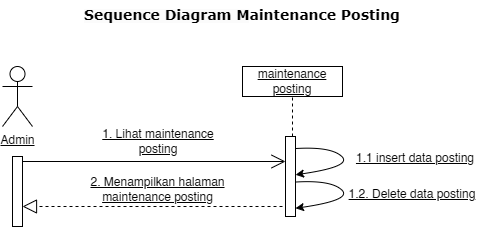
This is assets/diagram/Sequence Diagram Maintenance Posting.png from aghisnaaulia/seleratanahair, a draw.io export, as it was before one commit. Source tidied: cells renumbered, new cells last; positions are measured from the earlier drawing's top-left corner, leaving out a move shared by most shapes.
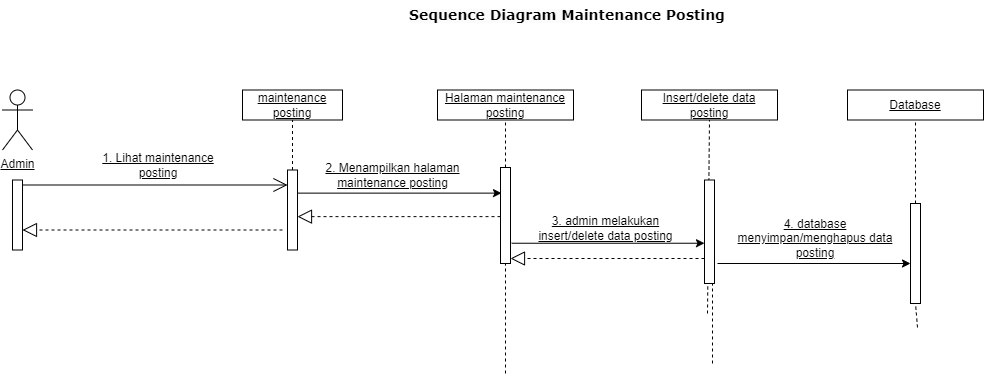
The same file after the commit.

Diff of the diagram source:
```diff
@@ -6,59 +6,111 @@
       <mxGeometry relative="1" as="geometry" />
     </mxCell>
     <mxCell id="3" style="html=1;points=[[0,0,0,0,5],[0,1,0,0,-5],[1,0,0,0,5],[1,1,0,0,-5]];perimeter=orthogonalPerimeter;outlineConnect=0;targetShapes=umlLifeline;portConstraint=eastwest;newEdgeStyle={&quot;curved&quot;:0,&quot;rounded&quot;:0};fontStyle=4;shadow=0;" parent="1" vertex="1">
-      <mxGeometry x="10" y="156" width="10" height="70" as="geometry" />
+      <mxGeometry x="-450" y="482.5" width="10" height="70" as="geometry" />
     </mxCell>
     <mxCell id="4" style="endArrow=block;dashed=1;endFill=0;endSize=12;html=1;rounded=0;fontStyle=4;shadow=0;" parent="1" edge="1" target="3">
       <mxGeometry relative="1" as="geometry">
-        <mxPoint x="280" y="206" as="sourcePoint" />
+        <mxPoint x="-180" y="532.5" as="sourcePoint" />
       </mxGeometry>
     </mxCell>
     <mxCell id="5" value="maintenance posting" style="rounded=0;whiteSpace=wrap;html=1;fontStyle=4;shadow=0;" parent="1" vertex="1">
-      <mxGeometry x="240" y="66" width="100" height="30" as="geometry" />
+      <mxGeometry x="-220" y="392.5" width="100" height="30" as="geometry" />
     </mxCell>
     <mxCell id="6" style="endArrow=none;dashed=1;html=1;rounded=0;entryX=0.5;entryY=1;entryDx=0;entryDy=0;fontStyle=4;shadow=0;" parent="1" edge="1" source="7" target="5">
       <mxGeometry relative="1" as="geometry" />
     </mxCell>
     <mxCell id="7" style="html=1;points=[[0,0,0,0,5],[0,1,0,0,-5],[1,0,0,0,5],[1,1,0,0,-5]];perimeter=orthogonalPerimeter;outlineConnect=0;targetShapes=umlLifeline;portConstraint=eastwest;newEdgeStyle={&quot;curved&quot;:0,&quot;rounded&quot;:0};fontStyle=4;shadow=0;" parent="1" vertex="1">
-      <mxGeometry x="283" y="136" width="10" height="80" as="geometry" />
+      <mxGeometry x="-175" y="472.5" width="10" height="80" as="geometry" />
     </mxCell>
-    <mxCell id="8" value="2. Menampilkan halaman maintenance posting" style="text;html=1;align=center;verticalAlign=middle;whiteSpace=wrap;rounded=0;fontStyle=4;shadow=0;" parent="1" vertex="1">
-      <mxGeometry x="81" y="174" width="149" height="30" as="geometry" />
+    <mxCell id="8" value="3. admin melakukan insert/delete data posting" style="text;html=1;align=center;verticalAlign=middle;whiteSpace=wrap;rounded=0;fontStyle=4;shadow=0;" parent="1" vertex="1">
+      <mxGeometry x="68.5" y="516" width="149" height="30" as="geometry" />
     </mxCell>
     <mxCell id="9" value="1. Lihat maintenance posting" style="text;html=1;align=center;verticalAlign=middle;whiteSpace=wrap;rounded=0;fontStyle=4;shadow=0;" parent="1" vertex="1">
-      <mxGeometry x="90.5" y="126" width="130" height="30" as="geometry" />
+      <mxGeometry x="-369.5" y="452.5" width="130" height="30" as="geometry" />
     </mxCell>
-    <mxCell id="10" style="curved=1;endArrow=classic;html=1;rounded=0;exitX=1;exitY=0;exitDx=0;exitDy=5;exitPerimeter=0;entryX=0.92;entryY=0.391;entryDx=0;entryDy=0;entryPerimeter=0;shadow=0;" parent="1" edge="1">
-      <mxGeometry relative="1" as="geometry">
-        <mxPoint x="293.8" y="148" as="sourcePoint" />
-        <mxPoint x="293" y="174.3" as="targetPoint" />
-        <Array as="points">
-          <mxPoint x="328.8" y="146" />
-          <mxPoint x="349.8" y="166" />
-        </Array>
-      </mxGeometry>
+    <mxCell id="10" value="&lt;span style=&quot;color: rgb(0, 0, 0); font-style: normal; font-variant-ligatures: normal; font-variant-caps: normal; letter-spacing: normal; orphans: 2; text-indent: 0px; text-transform: none; widows: 2; word-spacing: 0px; -webkit-text-stroke-width: 0px; white-space: normal; background-color: rgb(251, 251, 251); text-decoration-thickness: initial; text-decoration-style: initial; text-decoration-color: initial; float: none; display: inline !important;&quot;&gt;&lt;font face=&quot;Verdana&quot; style=&quot;font-size: 14px;&quot;&gt;&lt;b style=&quot;&quot;&gt;Sequence Diagram M&lt;/b&gt;&lt;/font&gt;&lt;/span&gt;&lt;font face=&quot;Verdana&quot;&gt;&lt;span style=&quot;font-size: 14px;&quot;&gt;&lt;b&gt;aintenance Posting&lt;/b&gt;&lt;/span&gt;&lt;/font&gt;" style="text;whiteSpace=wrap;html=1;align=center;" parent="1" vertex="1">
+      <mxGeometry x="-105" y="302.5" width="420" height="40" as="geometry" />
     </mxCell>
-    <mxCell id="11" style="curved=1;endArrow=classic;html=1;rounded=0;exitX=1;exitY=0;exitDx=0;exitDy=5;exitPerimeter=0;entryX=0.92;entryY=0.391;entryDx=0;entryDy=0;entryPerimeter=0;shadow=0;" parent="1" edge="1">
-      <mxGeometry relative="1" as="geometry">
-        <mxPoint x="293.8" y="181.5" as="sourcePoint" />
-        <mxPoint x="293" y="207.8" as="targetPoint" />
-        <Array as="points">
-          <mxPoint x="328.8" y="179.5" />
-          <mxPoint x="349.8" y="199.5" />
-        </Array>
-      </mxGeometry>
+    <mxCell id="11" value="Admin" style="shape=umlActor;verticalLabelPosition=bottom;verticalAlign=top;html=1;fontStyle=4;shadow=0;" parent="1" vertex="1">
+      <mxGeometry x="-460" y="392.5" width="30" height="60" as="geometry" />
     </mxCell>
-    <mxCell id="12" value="1.1 insert data posting" style="text;html=1;align=center;verticalAlign=middle;whiteSpace=wrap;rounded=0;fontStyle=4;shadow=0;" parent="1" vertex="1">
-      <mxGeometry x="348" y="142.8" width="130" height="30" as="geometry" />
+    <mxCell id="12" value="Halaman maintenance posting" style="rounded=0;whiteSpace=wrap;html=1;fontStyle=4;shadow=0;" parent="1" vertex="1">
+      <mxGeometry x="-25" y="392.5" width="136" height="30" as="geometry" />
     </mxCell>
-    <mxCell id="13" value="&lt;span style=&quot;color: rgb(0, 0, 0); font-style: normal; font-variant-ligatures: normal; font-variant-caps: normal; letter-spacing: normal; orphans: 2; text-indent: 0px; text-transform: none; widows: 2; word-spacing: 0px; -webkit-text-stroke-width: 0px; white-space: normal; background-color: rgb(251, 251, 251); text-decoration-thickness: initial; text-decoration-style: initial; text-decoration-color: initial; float: none; display: inline !important;&quot;&gt;&lt;font face=&quot;Verdana&quot; style=&quot;font-size: 14px;&quot;&gt;&lt;b style=&quot;&quot;&gt;Sequence Diagram M&lt;/b&gt;&lt;/font&gt;&lt;/span&gt;&lt;font face=&quot;Verdana&quot;&gt;&lt;span style=&quot;font-size: 14px;&quot;&gt;&lt;b&gt;aintenance Posting&lt;/b&gt;&lt;/span&gt;&lt;/font&gt;" style="text;whiteSpace=wrap;html=1;align=center;" parent="1" vertex="1">
-      <mxGeometry x="30" y="-0.5" width="420" height="40" as="geometry" />
+    <mxCell id="13" style="endArrow=classic;html=1;rounded=0;entryX=0.101;entryY=0.565;entryDx=0;entryDy=0;entryPerimeter=0;" parent="1" edge="1">
+      <mxGeometry relative="1" as="geometry">
+        <mxPoint x="-165" y="495.6" as="sourcePoint" />
+        <mxPoint x="39" y="495.6" as="targetPoint" />
+      </mxGeometry>
     </mxCell>
-    <mxCell id="14" value="Admin" style="shape=umlActor;verticalLabelPosition=bottom;verticalAlign=top;html=1;fontStyle=4;shadow=0;" parent="1" vertex="1">
-      <mxGeometry y="66" width="30" height="60" as="geometry" />
+    <mxCell id="14" style="endArrow=none;dashed=1;html=1;rounded=0;entryX=0.5;entryY=1;entryDx=0;entryDy=0;" parent="1" edge="1" source="23" target="12">
+      <mxGeometry relative="1" as="geometry" />
     </mxCell>
-    <mxCell id="15" value="1.2. Delete data posting" style="text;html=1;align=center;verticalAlign=middle;whiteSpace=wrap;rounded=0;fontStyle=4;shadow=0;" parent="1" vertex="1">
-      <mxGeometry x="345" y="179.2" width="130" height="30" as="geometry" />
+    <mxCell id="15" style="endArrow=block;dashed=1;endFill=0;endSize=12;html=1;rounded=0;fontStyle=4;shadow=0;" parent="1" edge="1" target="7">
+      <mxGeometry relative="1" as="geometry">
+        <mxPoint x="38" y="519.1" as="sourcePoint" />
+      </mxGeometry>
     </mxCell>
+    <mxCell id="16" value="Insert/delete data posting" style="rounded=0;whiteSpace=wrap;html=1;fontStyle=4;shadow=0;" parent="1" vertex="1">
+      <mxGeometry x="179" y="392.5" width="136" height="30" as="geometry" />
+    </mxCell>
+    <mxCell id="17" style="endArrow=none;dashed=1;html=1;rounded=0;entryX=0.5;entryY=1;entryDx=0;entryDy=0;" parent="1" edge="1" target="16">
+      <mxGeometry relative="1" as="geometry">
+        <mxPoint x="245" y="616" as="sourcePoint" />
+      </mxGeometry>
+    </mxCell>
+    <mxCell id="18" style="endArrow=classic;html=1;rounded=0;exitX=1.122;exitY=0.789;exitDx=0;exitDy=0;exitPerimeter=0;" parent="1" edge="1" source="23" target="21">
+      <mxGeometry relative="1" as="geometry" />
+    </mxCell>
+    <mxCell id="19" style="endArrow=none;dashed=1;html=1;rounded=0;entryX=0.5;entryY=1;entryDx=0;entryDy=0;" parent="1" edge="1" target="21">
+      <mxGeometry relative="1" as="geometry">
+        <mxPoint x="247" y="556" as="sourcePoint" />
+      </mxGeometry>
+    </mxCell>
+    <mxCell id="20" style="endArrow=block;dashed=1;endFill=0;endSize=12;html=1;rounded=0;fontStyle=4;shadow=0;entryX=1;entryY=1;entryDx=0;entryDy=-5;entryPerimeter=0;" parent="1" edge="1" source="21" target="23">
+      <mxGeometry relative="1" as="geometry" />
+    </mxCell>
+    <mxCell id="21" style="html=1;points=[[0,0,0,0,5],[0,1,0,0,-5],[1,0,0,0,5],[1,1,0,0,-5]];perimeter=orthogonalPerimeter;outlineConnect=0;targetShapes=umlLifeline;portConstraint=eastwest;newEdgeStyle={&quot;curved&quot;:0,&quot;rounded&quot;:0};" parent="1" vertex="1">
+      <mxGeometry x="242" y="482.5" width="10" height="103.5" as="geometry" />
+    </mxCell>
+    <mxCell id="22" style="endArrow=none;dashed=1;html=1;rounded=0;entryX=0.5;entryY=1;entryDx=0;entryDy=0;" parent="1" edge="1" source="28" target="26">
+      <mxGeometry relative="1" as="geometry" />
+    </mxCell>
+    <mxCell id="23" style="html=1;points=[[0,0,0,0,5],[0,1,0,0,-5],[1,0,0,0,5],[1,1,0,0,-5]];perimeter=orthogonalPerimeter;outlineConnect=0;targetShapes=umlLifeline;portConstraint=eastwest;newEdgeStyle={&quot;curved&quot;:0,&quot;rounded&quot;:0};" parent="1" vertex="1">
+      <mxGeometry x="38" y="470" width="10" height="96" as="geometry" />
+    </mxCell>
+    <mxCell id="24" style="endArrow=none;dashed=1;html=1;rounded=0;entryX=0.5;entryY=1;entryDx=0;entryDy=0;" parent="1" edge="1" target="28">
+      <mxGeometry relative="1" as="geometry">
+        <mxPoint x="455" y="630" as="sourcePoint" />
+      </mxGeometry>
+    </mxCell>
+    <mxCell id="25" style="endArrow=classic;html=1;rounded=0;" parent="1" edge="1" target="28">
+      <mxGeometry relative="1" as="geometry">
+        <mxPoint x="255" y="566" as="sourcePoint" />
+      </mxGeometry>
+    </mxCell>
+    <mxCell id="26" value="Database" style="rounded=0;whiteSpace=wrap;html=1;fontStyle=4;shadow=0;" parent="1" vertex="1">
+      <mxGeometry x="385" y="392.5" width="136" height="30" as="geometry" />
+    </mxCell>
+    <mxCell id="27" value="2. Menampilkan halaman maintenance posting" style="text;html=1;align=center;verticalAlign=middle;whiteSpace=wrap;rounded=0;fontStyle=4;shadow=0;" parent="1" vertex="1">
+      <mxGeometry x="-144" y="462.5" width="149" height="30" as="geometry" />
+    </mxCell>
+    <mxCell id="28" style="html=1;points=[[0,0,0,0,5],[0,1,0,0,-5],[1,0,0,0,5],[1,1,0,0,-5]];perimeter=orthogonalPerimeter;outlineConnect=0;targetShapes=umlLifeline;portConstraint=eastwest;newEdgeStyle={&quot;curved&quot;:0,&quot;rounded&quot;:0};" parent="1" vertex="1">
+      <mxGeometry x="448" y="506" width="10" height="100" as="geometry" />
+    </mxCell>
+    <mxCell id="29" style="endArrow=none;dashed=1;html=1;rounded=0;" parent="1" edge="1">
+      <mxGeometry relative="1" as="geometry">
+        <mxPoint x="250" y="666" as="sourcePoint" />
+        <mxPoint x="250" y="586" as="targetPoint" />
+      </mxGeometry>
+    </mxCell>
+    <mxCell id="30" value="4. database menyimpan/menghapus data posting" style="text;html=1;align=center;verticalAlign=middle;whiteSpace=wrap;rounded=0;fontStyle=4;shadow=0;" parent="1" vertex="1">
+      <mxGeometry x="258" y="526" width="190" height="30" as="geometry" />
+    </mxCell>
+    <mxCell id="31" style="endArrow=none;dashed=1;html=1;rounded=0;entryX=0.5;entryY=1;entryDx=0;entryDy=0;" parent="1" edge="1" target="23">
+      <mxGeometry relative="1" as="geometry">
+        <mxPoint x="43" y="676" as="sourcePoint" />
+      </mxGeometry>
+    </mxCell>
   </root>
 </mxGraphModel>
```
